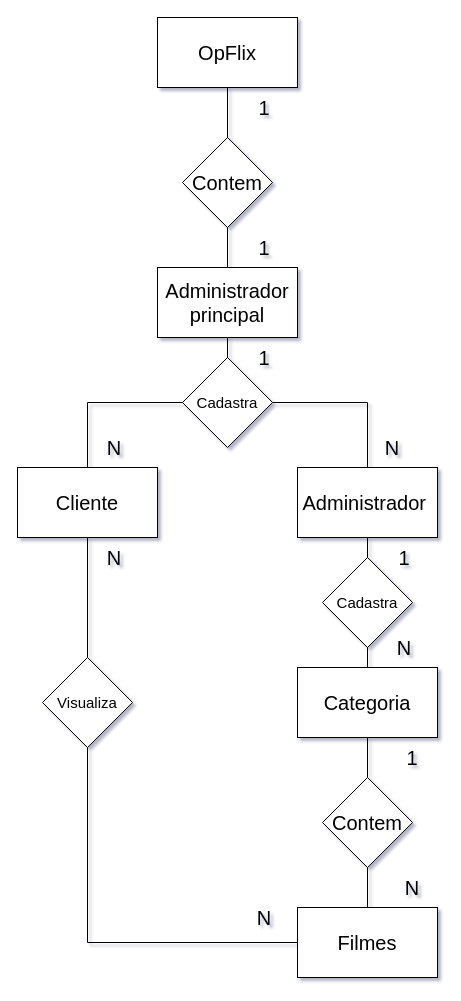
Earlier version of the draw.io diagram page "Conceitual" (1 of 2) of OpFlix/M_Diagrama_RafaelPieri.Drawio (Pierii/2s2019-sprint-1-bd-opflix-). Source tidied: cells renumbered, new cells numbered last; positions are measured from the earlier drawing's top-left corner, leaving out a move shared by most shapes. Both pictures are drawn from the tidied source at 100%, with x=0, y=0 at pixel (17, 17).
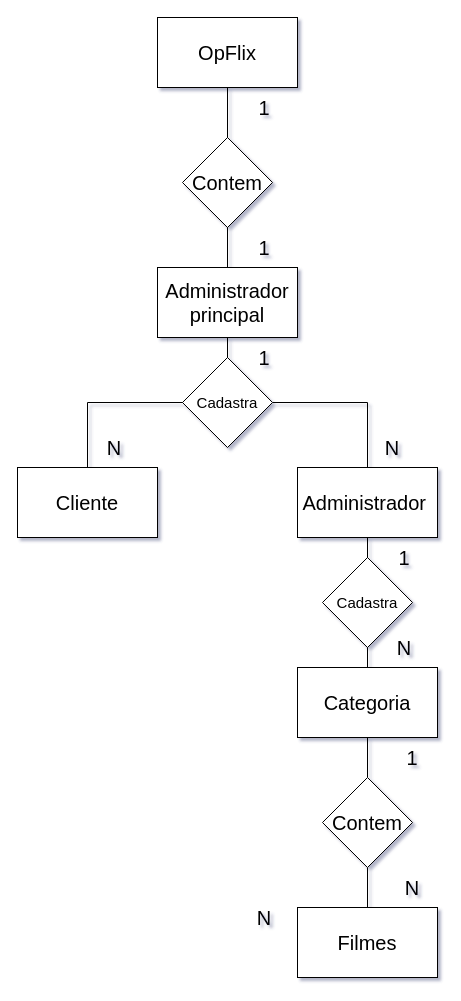
The same diagram, later.

The change refers to these unchanged cells:
```xml
<mxCell id="7" value="&lt;span style=&quot;font-size: 20px&quot;&gt;Cliente&lt;br&gt;&lt;/span&gt;" style="rounded=0;whiteSpace=wrap;html=1;" parent="1" vertex="1">
  <mxGeometry y="450" width="140" height="70" as="geometry" />
</mxCell>
<mxCell id="25" value="&lt;span style=&quot;font-size: 20px&quot;&gt;Filmes&lt;br&gt;&lt;/span&gt;" style="rounded=0;whiteSpace=wrap;html=1;" parent="1" vertex="1">
  <mxGeometry x="280" y="890" width="140" height="70" as="geometry" />
</mxCell>
```

The edit, as a diff of the source:
```diff
@@
-    <mxCell id="6" style="edgeStyle=orthogonalEdgeStyle;rounded=0;jettySize=auto;html=1;entryX=0;entryY=0.5;entryDx=0;entryDy=0;endArrow=none;endFill=0;" parent="1" edge="1" source="28" target="25">
-      <mxGeometry relative="1" as="geometry">
-        <Array as="points">
-          <mxPoint x="70" y="925" />
-        </Array>
-      </mxGeometry>
-    </mxCell>
@@
-    <mxCell id="17" value="&lt;span style=&quot;font-size: 20px&quot;&gt;N&lt;/span&gt;" style="text;html=1;strokeColor=none;fillColor=none;align=center;verticalAlign=middle;whiteSpace=wrap;rounded=0;" parent="1" vertex="1">
-      <mxGeometry x="77" y="530" width="40" height="20" as="geometry" />
-    </mxCell>
@@
-    <mxCell id="28" value="&lt;font style=&quot;font-size: 15px&quot;&gt;Visualiza&lt;/font&gt;" style="rhombus;whiteSpace=wrap;html=1;" parent="1" vertex="1">
-      <mxGeometry x="25" y="640" width="90" height="90" as="geometry" />
-    </mxCell>
-    <mxCell id="29" style="edgeStyle=orthogonalEdgeStyle;rounded=0;jettySize=auto;html=1;endArrow=none;endFill=0;" parent="1" edge="1" source="7">
-      <mxGeometry relative="1" as="geometry">
-        <mxPoint x="70" y="640" as="targetPoint" />
-        <Array as="points">
-          <mxPoint x="70" y="640" />
-          <mxPoint x="70" y="640" />
-        </Array>
-      </mxGeometry>
-    </mxCell>
```
